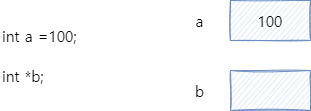
23enje/23enje.github.io keeps this draw.io diagram as gallery/Pointer_mean1.drawio.png. Above is the earlier version. Source tidied: cells renumbered, new cells last; positions are measured from the earlier drawing's top-left corner, leaving out a move shared by most shapes. Its diagram source:
```xml
<mxGraphModel>
  <root>
    <mxCell id="0" />
    <mxCell id="1" parent="0" />
    <mxCell id="2" value="100" style="rounded=0;whiteSpace=wrap;html=1;fontFamily=나눔스퀘어;sketch=1;fillColor=#dae8fc;strokeColor=#6c8ebf;fontSize=15;" parent="1" vertex="1">
      <mxGeometry x="230" width="80" height="40" as="geometry" />
    </mxCell>
    <mxCell id="3" style="rounded=0;whiteSpace=wrap;html=1;fontFamily=나눔스퀘어;sketch=1;fillColor=#dae8fc;strokeColor=#6c8ebf;fontSize=15;" parent="1" vertex="1">
      <mxGeometry x="230" y="70" width="80" height="40" as="geometry" />
    </mxCell>
    <mxCell id="4" value="a" style="text;html=1;align=center;verticalAlign=middle;strokeColor=none;fillColor=none;fontFamily=나눔스퀘어;fontSize=15;" parent="1" vertex="1">
      <mxGeometry x="184" y="5" width="30" height="30" as="geometry" />
    </mxCell>
    <mxCell id="5" value="b" style="text;html=1;align=center;verticalAlign=middle;strokeColor=none;fillColor=none;fontFamily=나눔스퀘어;fontSize=15;" parent="1" vertex="1">
      <mxGeometry x="184" y="75" width="30" height="30" as="geometry" />
    </mxCell>
    <mxCell id="6" value="int a =100;" style="text;html=1;align=left;verticalAlign=middle;strokeColor=none;fillColor=none;fontFamily=나눔스퀘어;fontSize=15;" parent="1" vertex="1">
      <mxGeometry y="20" width="100" height="30" as="geometry" />
    </mxCell>
    <mxCell id="7" value="int *b;" style="text;html=1;align=left;verticalAlign=middle;strokeColor=none;fillColor=none;fontFamily=나눔스퀘어;fontSize=15;" parent="1" vertex="1">
      <mxGeometry y="60" width="60" height="30" as="geometry" />
    </mxCell>
  </root>
</mxGraphModel>
```
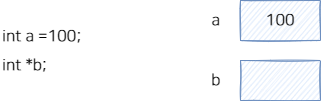
After the commit.

Diff of the diagram source:
```diff
@@ -2,23 +2,20 @@
   <root>
     <mxCell id="0" />
     <mxCell id="1" parent="0" />
-    <mxCell id="2" value="100" style="rounded=0;whiteSpace=wrap;html=1;fontFamily=나눔스퀘어;sketch=1;fillColor=#dae8fc;strokeColor=#6c8ebf;fontSize=15;" parent="1" vertex="1">
-      <mxGeometry x="230" width="80" height="40" as="geometry" />
+    <mxCell id="2" value="100" style="rounded=0;whiteSpace=wrap;html=1;fontFamily=나눔스퀘어OTF_ac;sketch=1;fillColor=#dae8fc;strokeColor=#6c8ebf;fontSize=16;" parent="1" vertex="1">
+      <mxGeometry x="360" y="20" width="80" height="40" as="geometry" />
     </mxCell>
-    <mxCell id="3" style="rounded=0;whiteSpace=wrap;html=1;fontFamily=나눔스퀘어;sketch=1;fillColor=#dae8fc;strokeColor=#6c8ebf;fontSize=15;" parent="1" vertex="1">
-      <mxGeometry x="230" y="70" width="80" height="40" as="geometry" />
-    </mxCell>
+    <mxCell id="8" style="rounded=0;whiteSpace=wrap;html=1;fontFamily=나눔스퀘어OTF_ac;sketch=1;fillColor=#dae8fc;strokeColor=#6c8ebf;fontSize=16;" parent="1" vertex="1">
+      <mxGeometry x="360" y="80" width="80" height="40" as="geometry" />
+    </mxCell>
-    <mxCell id="4" value="a" style="text;html=1;align=center;verticalAlign=middle;strokeColor=none;fillColor=none;fontFamily=나눔스퀘어;fontSize=15;" parent="1" vertex="1">
-      <mxGeometry x="184" y="5" width="30" height="30" as="geometry" />
+    <mxCell id="4" value="a" style="text;html=1;align=center;verticalAlign=middle;strokeColor=none;fillColor=none;fontFamily=나눔스퀘어OTF_ac;fontSize=16;" parent="1" vertex="1">
+      <mxGeometry x="320" y="25" width="30" height="30" as="geometry" />
     </mxCell>
-    <mxCell id="5" value="b" style="text;html=1;align=center;verticalAlign=middle;strokeColor=none;fillColor=none;fontFamily=나눔스퀘어;fontSize=15;" parent="1" vertex="1">
-      <mxGeometry x="184" y="75" width="30" height="30" as="geometry" />
+    <mxCell id="5" value="b" style="text;html=1;align=center;verticalAlign=middle;strokeColor=none;fillColor=none;fontFamily=나눔스퀘어OTF_ac;fontSize=16;" parent="1" vertex="1">
+      <mxGeometry x="320" y="85" width="30" height="30" as="geometry" />
     </mxCell>
-    <mxCell id="6" value="int a =100;" style="text;html=1;align=left;verticalAlign=middle;strokeColor=none;fillColor=none;fontFamily=나눔스퀘어;fontSize=15;" parent="1" vertex="1">
-      <mxGeometry y="20" width="100" height="30" as="geometry" />
-    </mxCell>
-    <mxCell id="7" value="int *b;" style="text;html=1;align=left;verticalAlign=middle;strokeColor=none;fillColor=none;fontFamily=나눔스퀘어;fontSize=15;" parent="1" vertex="1">
-      <mxGeometry y="60" width="60" height="30" as="geometry" />
-    </mxCell>
+    <mxCell id="9" value="&lt;p style=&quot;line-height: 1.8;&quot;&gt;int a =100;&lt;br&gt;int *b;&lt;/p&gt;" style="text;html=1;align=left;verticalAlign=middle;strokeColor=none;fillColor=none;fontFamily=나눔스퀘어OTF_ac;fontSize=16;" parent="1" vertex="1">
+      <mxGeometry x="120" y="20" width="100" height="100" as="geometry" />
+    </mxCell>
   </root>
 </mxGraphModel>
```
